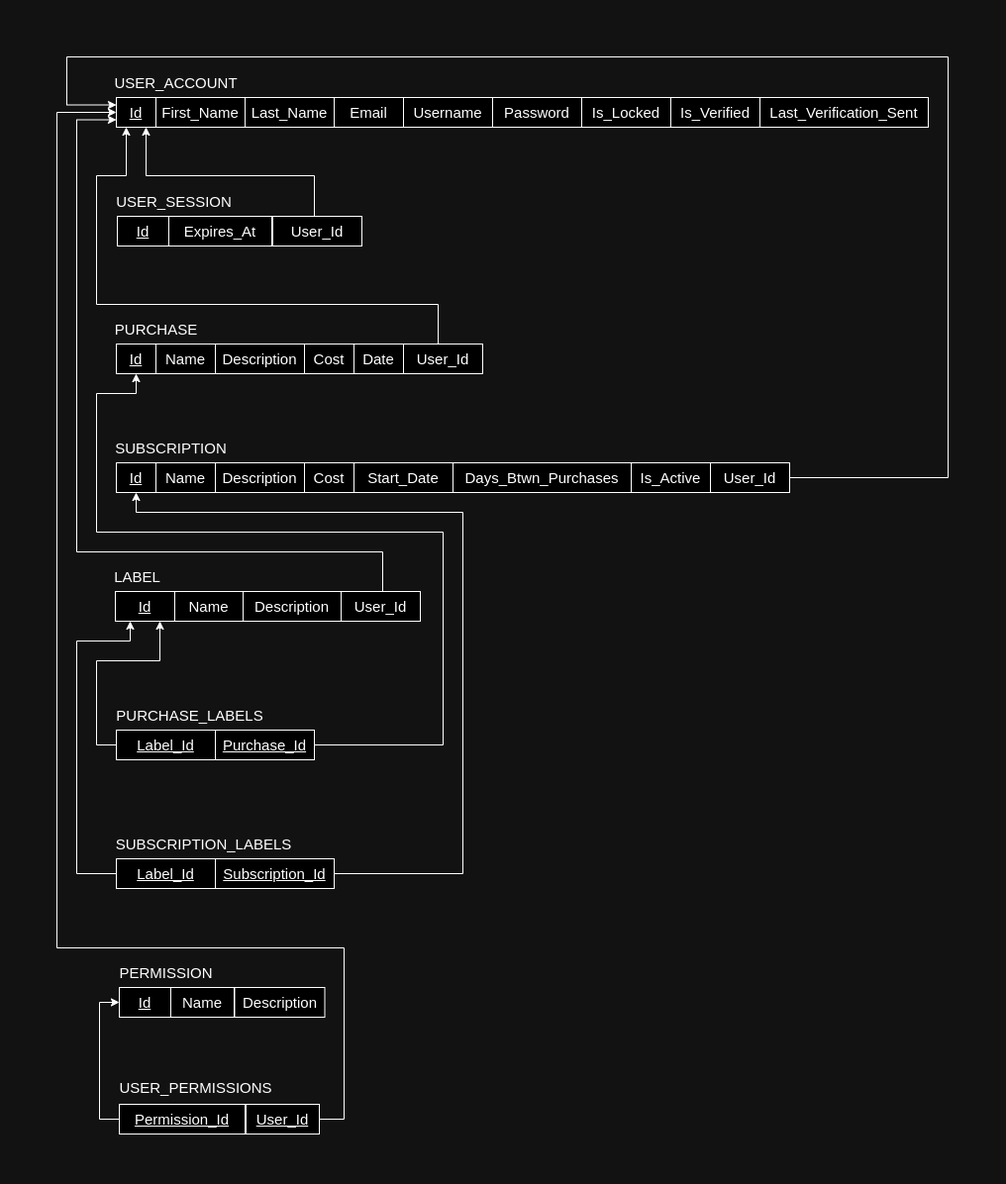
Before: diagrams/SpendthriftRmDiagram1.0.drawio.png, a diagram exported from draw.io (honey-ham/spendthrift-db). Source tidied: cells renumbered, new cells last; positions are measured from the earlier drawing's top-left corner, leaving out a move shared by most shapes.
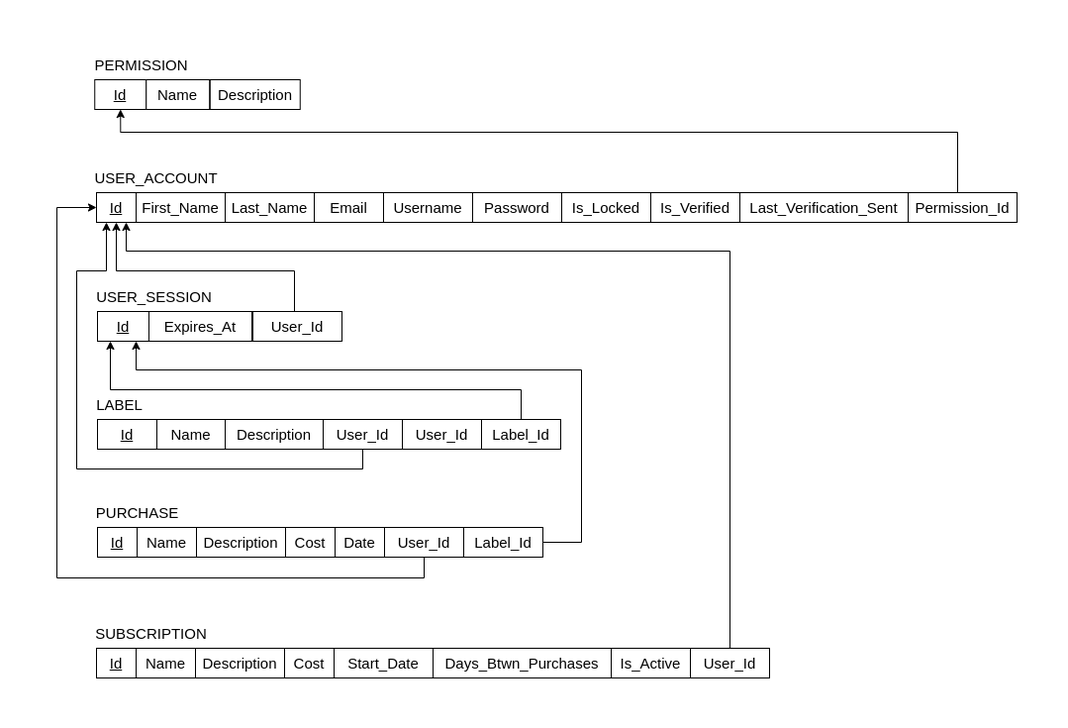
After the change.

Diff of the diagram source:
```diff
@@ -1,4 +1,4 @@
-<mxGraphModel>
+<mxGraphModel background="#ffffff">
   <root>
     <mxCell id="0" />
     <mxCell id="1" parent="0" />
@@ -21,152 +21,94 @@
       <mxGeometry x="440" y="41" width="90" height="30" as="geometry" />
     </mxCell>
     <mxCell id="8" value="&lt;font style=&quot;font-size: 15px;&quot;&gt;PURCHASE&lt;/font&gt;" style="text;html=1;align=center;verticalAlign=middle;strokeColor=none;fillColor=none;" parent="1" vertex="1">
-      <mxGeometry x="45" y="260" width="110" height="30" as="geometry" />
+      <mxGeometry x="46" y="349" width="110" height="30" as="geometry" />
     </mxCell>
     <mxCell id="9" value="&lt;font style=&quot;font-size: 15px;&quot;&gt;SUBSCRIPTION&lt;/font&gt;" style="text;html=1;align=center;verticalAlign=middle;strokeColor=none;fillColor=none;" parent="1" vertex="1">
-      <mxGeometry x="45" y="380" width="140" height="30" as="geometry" />
+      <mxGeometry x="45" y="471" width="140" height="30" as="geometry" />
     </mxCell>
     <mxCell id="10" value="&lt;font style=&quot;font-size: 15px;&quot;&gt;LABEL&lt;/font&gt;" style="text;html=1;align=center;verticalAlign=middle;strokeColor=none;fillColor=none;" parent="1" vertex="1">
-      <mxGeometry x="46" y="510" width="70" height="30" as="geometry" />
+      <mxGeometry x="48" y="240" width="70" height="30" as="geometry" />
     </mxCell>
     <mxCell id="11" value="&lt;font style=&quot;font-size: 15px;&quot;&gt;&lt;u&gt;Id&lt;/u&gt;&lt;/font&gt;" style="rounded=0;whiteSpace=wrap;html=1;" parent="1" vertex="1">
-      <mxGeometry x="60" y="290" width="40" height="30" as="geometry" />
+      <mxGeometry x="61" y="379" width="40" height="30" as="geometry" />
     </mxCell>
     <mxCell id="12" value="&lt;font style=&quot;font-size: 15px;&quot;&gt;Name&lt;/font&gt;" style="rounded=0;whiteSpace=wrap;html=1;" parent="1" vertex="1">
-      <mxGeometry x="100" y="290" width="60" height="30" as="geometry" />
+      <mxGeometry x="101" y="379" width="60" height="30" as="geometry" />
     </mxCell>
     <mxCell id="13" value="&lt;font style=&quot;font-size: 15px;&quot;&gt;Description&lt;/font&gt;" style="rounded=0;whiteSpace=wrap;html=1;" parent="1" vertex="1">
-      <mxGeometry x="160" y="290" width="90" height="30" as="geometry" />
+      <mxGeometry x="161" y="379" width="90" height="30" as="geometry" />
     </mxCell>
     <mxCell id="14" value="&lt;font style=&quot;font-size: 15px;&quot;&gt;Cost&lt;/font&gt;" style="rounded=0;whiteSpace=wrap;html=1;" parent="1" vertex="1">
-      <mxGeometry x="250" y="290" width="50" height="30" as="geometry" />
+      <mxGeometry x="251" y="379" width="50" height="30" as="geometry" />
     </mxCell>
     <mxCell id="15" value="&lt;font style=&quot;font-size: 15px;&quot;&gt;Date&lt;/font&gt;" style="rounded=0;whiteSpace=wrap;html=1;" parent="1" vertex="1">
-      <mxGeometry x="300" y="290" width="50" height="30" as="geometry" />
+      <mxGeometry x="301" y="379" width="50" height="30" as="geometry" />
     </mxCell>
     <mxCell id="16" value="&lt;font style=&quot;font-size: 15px;&quot;&gt;&lt;u&gt;Id&lt;/u&gt;&lt;/font&gt;" style="rounded=0;whiteSpace=wrap;html=1;" parent="1" vertex="1">
-      <mxGeometry x="59" y="540" width="60" height="30" as="geometry" />
+      <mxGeometry x="61" y="270" width="60" height="30" as="geometry" />
     </mxCell>
     <mxCell id="17" value="&lt;font style=&quot;font-size: 15px;&quot;&gt;Name&lt;/font&gt;" style="rounded=0;whiteSpace=wrap;html=1;" parent="1" vertex="1">
-      <mxGeometry x="119" y="540" width="69" height="30" as="geometry" />
+      <mxGeometry x="121" y="270" width="69" height="30" as="geometry" />
     </mxCell>
     <mxCell id="18" value="&lt;font style=&quot;font-size: 15px;&quot;&gt;&lt;u&gt;Id&lt;/u&gt;&lt;/font&gt;" style="rounded=0;whiteSpace=wrap;html=1;" parent="1" vertex="1">
-      <mxGeometry x="60" y="410" width="40" height="30" as="geometry" />
+      <mxGeometry x="60" y="501" width="40" height="30" as="geometry" />
     </mxCell>
     <mxCell id="19" value="&lt;font style=&quot;font-size: 15px;&quot;&gt;Name&lt;/font&gt;" style="rounded=0;whiteSpace=wrap;html=1;" parent="1" vertex="1">
-      <mxGeometry x="100" y="410" width="60" height="30" as="geometry" />
+      <mxGeometry x="100" y="501" width="60" height="30" as="geometry" />
     </mxCell>
     <mxCell id="20" value="&lt;font style=&quot;font-size: 15px;&quot;&gt;Description&lt;/font&gt;" style="rounded=0;whiteSpace=wrap;html=1;" parent="1" vertex="1">
-      <mxGeometry x="160" y="410" width="90" height="30" as="geometry" />
+      <mxGeometry x="160" y="501" width="90" height="30" as="geometry" />
     </mxCell>
     <mxCell id="21" value="&lt;font style=&quot;font-size: 15px;&quot;&gt;Cost&lt;/font&gt;" style="rounded=0;whiteSpace=wrap;html=1;" parent="1" vertex="1">
-      <mxGeometry x="250" y="410" width="50" height="30" as="geometry" />
+      <mxGeometry x="250" y="501" width="50" height="30" as="geometry" />
     </mxCell>
     <mxCell id="22" value="&lt;font style=&quot;font-size: 15px;&quot;&gt;Start_Date&lt;/font&gt;" style="rounded=0;whiteSpace=wrap;html=1;" parent="1" vertex="1">
-      <mxGeometry x="300" y="410" width="100" height="30" as="geometry" />
+      <mxGeometry x="300" y="501" width="100" height="30" as="geometry" />
     </mxCell>
     <mxCell id="23" value="&lt;font style=&quot;font-size: 15px;&quot;&gt;Days_Btwn_Purchases&lt;/font&gt;" style="rounded=0;whiteSpace=wrap;html=1;" parent="1" vertex="1">
-      <mxGeometry x="400" y="410" width="180" height="30" as="geometry" />
+      <mxGeometry x="400" y="501" width="180" height="30" as="geometry" />
     </mxCell>
     <mxCell id="24" value="&lt;font style=&quot;font-size: 15px;&quot;&gt;Is_Active&lt;/font&gt;" style="rounded=0;whiteSpace=wrap;html=1;" parent="1" vertex="1">
-      <mxGeometry x="580" y="410" width="80" height="30" as="geometry" />
+      <mxGeometry x="580" y="501" width="80" height="30" as="geometry" />
     </mxCell>
-    <mxCell id="25" style="edgeStyle=orthogonalEdgeStyle;rounded=0;jettySize=auto;html=1;entryX=0;entryY=0.25;entryDx=0;entryDy=0;" parent="1" edge="1" source="26" target="3">
+    <mxCell id="25" style="edgeStyle=orthogonalEdgeStyle;rounded=0;jettySize=auto;html=1;entryX=0.75;entryY=1;entryDx=0;entryDy=0;" parent="1" edge="1" source="26" target="3">
       <mxGeometry relative="1" as="geometry">
         <Array as="points">
-          <mxPoint x="900" y="425" />
-          <mxPoint x="900" />
-          <mxPoint x="10" />
-          <mxPoint x="10" y="49" />
+          <mxPoint x="700" y="100" />
+          <mxPoint x="90" y="100" />
         </Array>
       </mxGeometry>
     </mxCell>
     <mxCell id="26" value="&lt;span style=&quot;font-size: 15px;&quot;&gt;User_Id&lt;/span&gt;" style="rounded=0;whiteSpace=wrap;html=1;" parent="1" vertex="1">
-      <mxGeometry x="660" y="410" width="80" height="30" as="geometry" />
+      <mxGeometry x="660" y="501" width="80" height="30" as="geometry" />
     </mxCell>
-    <mxCell id="27" style="edgeStyle=orthogonalEdgeStyle;rounded=0;jettySize=auto;html=1;entryX=0.25;entryY=1;entryDx=0;entryDy=0;" parent="1" edge="1" source="28" target="3">
+    <mxCell id="27" style="edgeStyle=orthogonalEdgeStyle;rounded=0;jettySize=auto;html=1;entryX=0;entryY=0.5;entryDx=0;entryDy=0;" parent="1" edge="1" source="28" target="3">
       <mxGeometry relative="1" as="geometry">
         <Array as="points">
-          <mxPoint x="385" y="250" />
-          <mxPoint x="40" y="250" />
-          <mxPoint x="40" y="120" />
-          <mxPoint x="70" y="120" />
+          <mxPoint x="391" y="430" />
+          <mxPoint x="20" y="430" />
+          <mxPoint x="20" y="56" />
         </Array>
       </mxGeometry>
     </mxCell>
     <mxCell id="28" value="&lt;font style=&quot;font-size: 15px;&quot;&gt;User_Id&lt;/font&gt;" style="rounded=0;whiteSpace=wrap;html=1;" parent="1" vertex="1">
-      <mxGeometry x="350" y="290" width="80" height="30" as="geometry" />
+      <mxGeometry x="351" y="379" width="80" height="30" as="geometry" />
     </mxCell>
-    <mxCell id="29" style="edgeStyle=orthogonalEdgeStyle;rounded=0;jettySize=auto;html=1;exitX=0;exitY=0.5;exitDx=0;exitDy=0;entryX=0.75;entryY=1;entryDx=0;entryDy=0;" parent="1" edge="1" source="32" target="16">
-      <mxGeometry relative="1" as="geometry">
-        <Array as="points">
-          <mxPoint x="40" y="695" />
-          <mxPoint x="40" y="610" />
-          <mxPoint x="104" y="610" />
-        </Array>
-      </mxGeometry>
-    </mxCell>
-    <mxCell id="30" value="&lt;span style=&quot;font-size: 15px;&quot;&gt;PURCHASE_LABELS&lt;/span&gt;" style="text;html=1;align=center;verticalAlign=middle;strokeColor=none;fillColor=none;" parent="1" vertex="1">
-      <mxGeometry x="49" y="650" width="170" height="30" as="geometry" />
-    </mxCell>
-    <mxCell id="31" value="&lt;span style=&quot;font-size: 15px;&quot;&gt;SUBSCRIPTION_LABELS&lt;/span&gt;" style="text;html=1;align=center;verticalAlign=middle;strokeColor=none;fillColor=none;" parent="1" vertex="1">
-      <mxGeometry x="48" y="780" width="200" height="30" as="geometry" />
-    </mxCell>
-    <mxCell id="32" value="&lt;font style=&quot;font-size: 15px;&quot;&gt;&lt;u&gt;Label_Id&lt;/u&gt;&lt;/font&gt;" style="rounded=0;whiteSpace=wrap;html=1;" parent="1" vertex="1">
-      <mxGeometry x="60" y="680" width="100" height="30" as="geometry" />
-    </mxCell>
-    <mxCell id="33" style="edgeStyle=orthogonalEdgeStyle;rounded=0;jettySize=auto;html=1;entryX=0.5;entryY=1;entryDx=0;entryDy=0;exitX=1;exitY=0.5;exitDx=0;exitDy=0;" parent="1" edge="1" source="34" target="11">
-      <mxGeometry relative="1" as="geometry">
-        <Array as="points">
-          <mxPoint x="390" y="695" />
-          <mxPoint x="390" y="480" />
-          <mxPoint x="40" y="480" />
-          <mxPoint x="40" y="340" />
-          <mxPoint x="80" y="340" />
-        </Array>
-      </mxGeometry>
-    </mxCell>
-    <mxCell id="34" value="&lt;span style=&quot;font-size: 15px;&quot;&gt;&lt;u&gt;Purchase_Id&lt;/u&gt;&lt;/span&gt;" style="rounded=0;whiteSpace=wrap;html=1;" parent="1" vertex="1">
-      <mxGeometry x="160" y="680" width="100" height="30" as="geometry" />
-    </mxCell>
-    <mxCell id="35" style="edgeStyle=orthogonalEdgeStyle;rounded=0;jettySize=auto;html=1;entryX=0.25;entryY=1;entryDx=0;entryDy=0;" parent="1" edge="1" source="36" target="16">
-      <mxGeometry relative="1" as="geometry">
-        <Array as="points">
-          <mxPoint x="20" y="825" />
-          <mxPoint x="20" y="590" />
-          <mxPoint x="74" y="590" />
-        </Array>
-      </mxGeometry>
-    </mxCell>
-    <mxCell id="36" value="&lt;font style=&quot;font-size: 15px;&quot;&gt;&lt;u&gt;Label_Id&lt;/u&gt;&lt;/font&gt;" style="rounded=0;whiteSpace=wrap;html=1;" parent="1" vertex="1">
-      <mxGeometry x="60" y="810" width="100" height="30" as="geometry" />
-    </mxCell>
-    <mxCell id="37" style="edgeStyle=orthogonalEdgeStyle;rounded=0;jettySize=auto;html=1;entryX=0.5;entryY=1;entryDx=0;entryDy=0;" parent="1" edge="1" source="38" target="18">
-      <mxGeometry relative="1" as="geometry">
-        <Array as="points">
-          <mxPoint x="410" y="825" />
-          <mxPoint x="410" y="460" />
-          <mxPoint x="80" y="460" />
-        </Array>
-      </mxGeometry>
-    </mxCell>
-    <mxCell id="38" value="&lt;font style=&quot;font-size: 15px;&quot;&gt;&lt;u&gt;Subscription_Id&lt;/u&gt;&lt;/font&gt;" style="rounded=0;whiteSpace=wrap;html=1;" parent="1" vertex="1">
-      <mxGeometry x="160" y="810" width="120" height="30" as="geometry" />
-    </mxCell>
     <mxCell id="39" value="&lt;font style=&quot;font-size: 15px;&quot;&gt;Description&lt;/font&gt;" style="rounded=0;whiteSpace=wrap;html=1;" parent="1" vertex="1">
-      <mxGeometry x="188" y="540" width="99" height="30" as="geometry" />
+      <mxGeometry x="190" y="270" width="99" height="30" as="geometry" />
     </mxCell>
-    <mxCell id="40" style="edgeStyle=orthogonalEdgeStyle;rounded=0;jettySize=auto;html=1;entryX=0;entryY=0.75;entryDx=0;entryDy=0;" parent="1" edge="1" source="41" target="3">
+    <mxCell id="40" style="edgeStyle=orthogonalEdgeStyle;rounded=0;jettySize=auto;html=1;entryX=0.25;entryY=1;entryDx=0;entryDy=0;" parent="1" edge="1" source="41" target="3">
       <mxGeometry relative="1" as="geometry">
         <Array as="points">
-          <mxPoint x="329" y="500" />
-          <mxPoint x="20" y="500" />
-          <mxPoint x="20" y="64" />
+          <mxPoint x="329" y="320" />
+          <mxPoint x="40" y="320" />
+          <mxPoint x="40" y="120" />
+          <mxPoint x="70" y="120" />
         </Array>
       </mxGeometry>
     </mxCell>
     <mxCell id="41" value="&lt;font style=&quot;font-size: 15px;&quot;&gt;User_Id&lt;/font&gt;" style="rounded=0;whiteSpace=wrap;html=1;" parent="1" vertex="1">
-      <mxGeometry x="287" y="540" width="80" height="30" as="geometry" />
+      <mxGeometry x="289" y="270" width="80" height="30" as="geometry" />
     </mxCell>
     <mxCell id="42" value="&lt;font style=&quot;font-size: 15px;&quot;&gt;Email&lt;/font&gt;" style="rounded=0;whiteSpace=wrap;html=1;" parent="1" vertex="1">
       <mxGeometry x="280" y="41" width="70" height="30" as="geometry" />
@@ -175,22 +117,19 @@
       <mxGeometry x="48" y="131" width="140" height="30" as="geometry" />
     </mxCell>
     <mxCell id="44" value="&lt;span style=&quot;font-size: 15px;&quot;&gt;PERMISSION&lt;/span&gt;" style="text;html=1;align=center;verticalAlign=middle;strokeColor=none;fillColor=none;" parent="1" vertex="1">
-      <mxGeometry x="50" y="910" width="120" height="30" as="geometry" />
+      <mxGeometry x="45.2" y="-103" width="120" height="30" as="geometry" />
     </mxCell>
-    <mxCell id="45" value="&lt;span style=&quot;font-size: 15px;&quot;&gt;USER_PERMISSIONS&lt;/span&gt;" style="text;html=1;align=center;verticalAlign=middle;strokeColor=none;fillColor=none;" parent="1" vertex="1">
-      <mxGeometry x="50" y="1026" width="180" height="30" as="geometry" />
-    </mxCell>
     <mxCell id="46" value="&lt;font style=&quot;font-size: 15px;&quot;&gt;&lt;u&gt;Id&lt;/u&gt;&lt;/font&gt;" style="rounded=0;whiteSpace=wrap;html=1;" parent="1" vertex="1">
       <mxGeometry x="61" y="161" width="52" height="30" as="geometry" />
     </mxCell>
     <mxCell id="47" value="&lt;font style=&quot;font-size: 15px;&quot;&gt;Expires_At&lt;/font&gt;" style="rounded=0;whiteSpace=wrap;html=1;" parent="1" vertex="1">
       <mxGeometry x="113" y="161" width="104" height="30" as="geometry" />
     </mxCell>
-    <mxCell id="48" style="edgeStyle=orthogonalEdgeStyle;rounded=0;jettySize=auto;html=1;entryX=0.75;entryY=1;entryDx=0;entryDy=0;" parent="1" edge="1" source="49" target="3">
+    <mxCell id="48" style="edgeStyle=orthogonalEdgeStyle;rounded=0;jettySize=auto;html=1;entryX=0.5;entryY=1;entryDx=0;entryDy=0;" parent="1" edge="1" source="49" target="3">
       <mxGeometry relative="1" as="geometry">
         <Array as="points">
           <mxPoint x="260" y="120" />
-          <mxPoint x="90" y="120" />
+          <mxPoint x="80" y="120" />
         </Array>
       </mxGeometry>
     </mxCell>
@@ -198,37 +137,13 @@
       <mxGeometry x="218" y="161" width="90" height="30" as="geometry" />
     </mxCell>
     <mxCell id="50" value="&lt;font style=&quot;font-size: 15px;&quot;&gt;&lt;u&gt;Id&lt;/u&gt;&lt;/font&gt;" style="rounded=0;whiteSpace=wrap;html=1;" parent="1" vertex="1">
-      <mxGeometry x="63" y="940" width="52" height="30" as="geometry" />
+      <mxGeometry x="58.2" y="-73" width="52" height="30" as="geometry" />
     </mxCell>
     <mxCell id="51" value="&lt;font style=&quot;font-size: 15px;&quot;&gt;Name&lt;/font&gt;" style="rounded=0;whiteSpace=wrap;html=1;" parent="1" vertex="1">
-      <mxGeometry x="115" y="940" width="64" height="30" as="geometry" />
+      <mxGeometry x="110.2" y="-73" width="64" height="30" as="geometry" />
     </mxCell>
-    <mxCell id="52" style="edgeStyle=orthogonalEdgeStyle;rounded=0;jettySize=auto;html=1;entryX=0;entryY=0.5;entryDx=0;entryDy=0;" parent="1" edge="1" source="53" target="50">
-      <mxGeometry relative="1" as="geometry">
-        <Array as="points">
-          <mxPoint x="43" y="1073" />
-          <mxPoint x="43" y="955" />
-        </Array>
-      </mxGeometry>
-    </mxCell>
-    <mxCell id="53" value="&lt;font style=&quot;font-size: 15px;&quot;&gt;&lt;u&gt;Permission_Id&lt;/u&gt;&lt;/font&gt;" style="rounded=0;whiteSpace=wrap;html=1;" parent="1" vertex="1">
-      <mxGeometry x="63" y="1058" width="127" height="30" as="geometry" />
-    </mxCell>
-    <mxCell id="54" style="edgeStyle=orthogonalEdgeStyle;rounded=0;jettySize=auto;html=1;entryX=0;entryY=0.5;entryDx=0;entryDy=0;" parent="1" edge="1" source="55" target="3">
-      <mxGeometry relative="1" as="geometry">
-        <Array as="points">
-          <mxPoint x="290" y="1073" />
-          <mxPoint x="290" y="900" />
-          <mxPoint y="900" />
-          <mxPoint y="56" />
-        </Array>
-      </mxGeometry>
-    </mxCell>
-    <mxCell id="55" value="&lt;font style=&quot;font-size: 15px;&quot;&gt;&lt;u&gt;User_Id&lt;/u&gt;&lt;/font&gt;" style="rounded=0;whiteSpace=wrap;html=1;" parent="1" vertex="1">
-      <mxGeometry x="191" y="1058" width="74" height="30" as="geometry" />
-    </mxCell>
     <mxCell id="56" value="&lt;font style=&quot;font-size: 15px;&quot;&gt;Description&lt;/font&gt;" style="rounded=0;whiteSpace=wrap;html=1;" parent="1" vertex="1">
-      <mxGeometry x="179.5" y="940" width="91" height="30" as="geometry" />
+      <mxGeometry x="174.8" y="-73" width="91" height="30" as="geometry" />
     </mxCell>
     <mxCell id="57" value="&lt;font style=&quot;font-size: 15px;&quot;&gt;Is_Locked&lt;/font&gt;" style="rounded=0;whiteSpace=wrap;html=1;" parent="1" vertex="1">
       <mxGeometry x="530" y="41" width="90" height="30" as="geometry" />
@@ -239,5 +154,42 @@
     <mxCell id="59" value="&lt;font style=&quot;font-size: 15px;&quot;&gt;Last_Verification_Sent&lt;/font&gt;" style="rounded=0;whiteSpace=wrap;html=1;" parent="1" vertex="1">
       <mxGeometry x="710" y="41" width="170" height="30" as="geometry" />
     </mxCell>
+    <mxCell id="52" style="edgeStyle=orthogonalEdgeStyle;rounded=0;hachureGap=4;jettySize=auto;html=1;fontFamily=Architects Daughter;fontSource=https%3A%2F%2Ffonts.googleapis.com%2Fcss%3Ffamily%3DArchitects%2BDaughter;entryX=0.5;entryY=1;entryDx=0;entryDy=0;" parent="1" edge="1" source="53" target="50">
+      <mxGeometry relative="1" as="geometry">
+        <Array as="points">
+          <mxPoint x="930" y="-20" />
+          <mxPoint x="84" y="-20" />
+        </Array>
+      </mxGeometry>
+    </mxCell>
+    <mxCell id="53" value="&lt;font style=&quot;font-size: 15px;&quot;&gt;Permission_Id&lt;/font&gt;" style="rounded=0;whiteSpace=wrap;html=1;" parent="1" vertex="1">
+      <mxGeometry x="880" y="41" width="110" height="30" as="geometry" />
+    </mxCell>
+    <mxCell id="55" value="&lt;font style=&quot;font-size: 15px;&quot;&gt;User_Id&lt;/font&gt;" style="rounded=0;whiteSpace=wrap;html=1;" parent="1" vertex="1">
+      <mxGeometry x="369" y="270" width="80" height="30" as="geometry" />
+    </mxCell>
+    <mxCell id="60" style="edgeStyle=orthogonalEdgeStyle;rounded=0;hachureGap=4;jettySize=auto;html=1;entryX=0.25;entryY=1;entryDx=0;entryDy=0;fontFamily=Architects Daughter;fontSource=https%3A%2F%2Ffonts.googleapis.com%2Fcss%3Ffamily%3DArchitects%2BDaughter;" parent="1" edge="1" source="61" target="46">
+      <mxGeometry relative="1" as="geometry">
+        <Array as="points">
+          <mxPoint x="489" y="240" />
+          <mxPoint x="74" y="240" />
+        </Array>
+      </mxGeometry>
+    </mxCell>
+    <mxCell id="61" value="&lt;font style=&quot;font-size: 15px;&quot;&gt;Label_Id&lt;/font&gt;" style="rounded=0;whiteSpace=wrap;html=1;" parent="1" vertex="1">
+      <mxGeometry x="449" y="270" width="80" height="30" as="geometry" />
+    </mxCell>
+    <mxCell id="62" style="edgeStyle=orthogonalEdgeStyle;rounded=0;hachureGap=4;jettySize=auto;html=1;entryX=0.75;entryY=1;entryDx=0;entryDy=0;fontFamily=Architects Daughter;fontSource=https%3A%2F%2Ffonts.googleapis.com%2Fcss%3Ffamily%3DArchitects%2BDaughter;" parent="1" edge="1" source="63" target="46">
+      <mxGeometry relative="1" as="geometry">
+        <Array as="points">
+          <mxPoint x="550" y="394" />
+          <mxPoint x="550" y="220" />
+          <mxPoint x="100" y="220" />
+        </Array>
+      </mxGeometry>
+    </mxCell>
+    <mxCell id="63" value="&lt;font style=&quot;font-size: 15px;&quot;&gt;Label_Id&lt;/font&gt;" style="rounded=0;whiteSpace=wrap;html=1;" parent="1" vertex="1">
+      <mxGeometry x="431" y="379" width="80" height="30" as="geometry" />
+    </mxCell>
   </root>
 </mxGraphModel>
```
